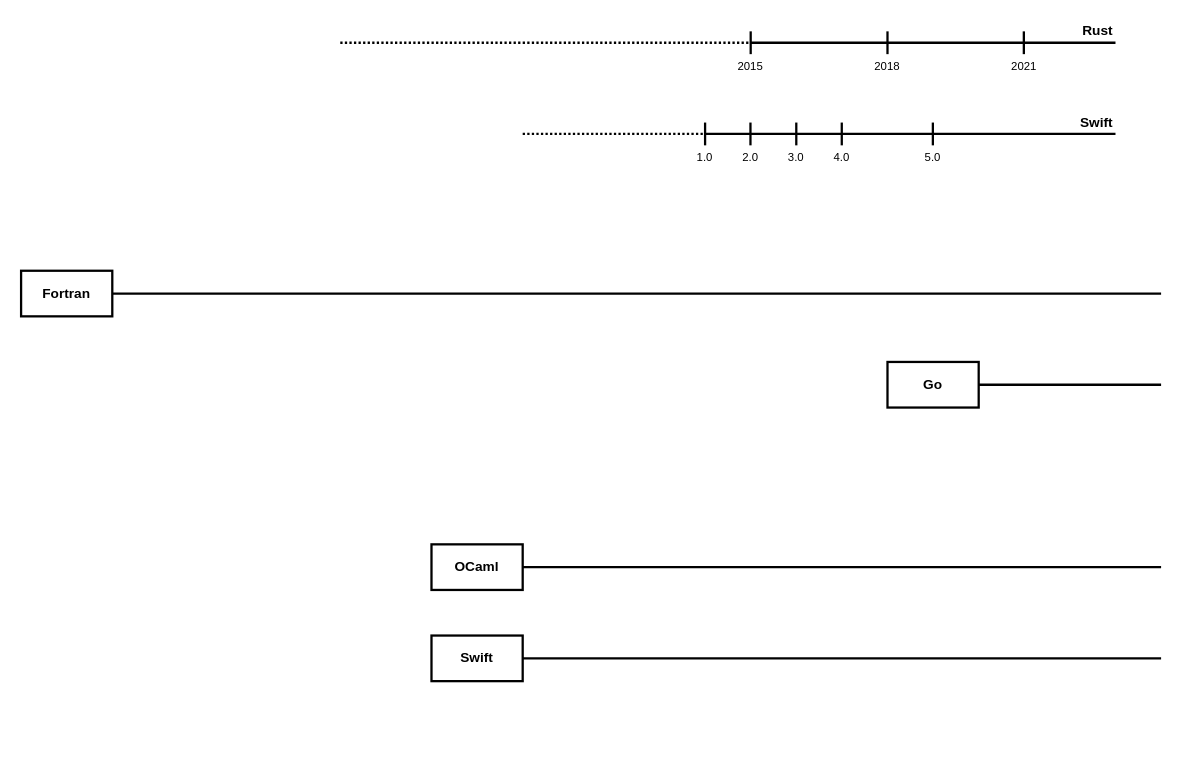
The draw.io diagram small-tree.drawio in lexitoria/pltree, before the edit. Source tidied: cells renumbered, new cells numbered last; positions are measured from the earlier drawing's top-left corner, leaving out a move shared by most shapes. Both pictures are drawn from the tidied source at 114%, with x=0, y=0 at pixel (21, 19).
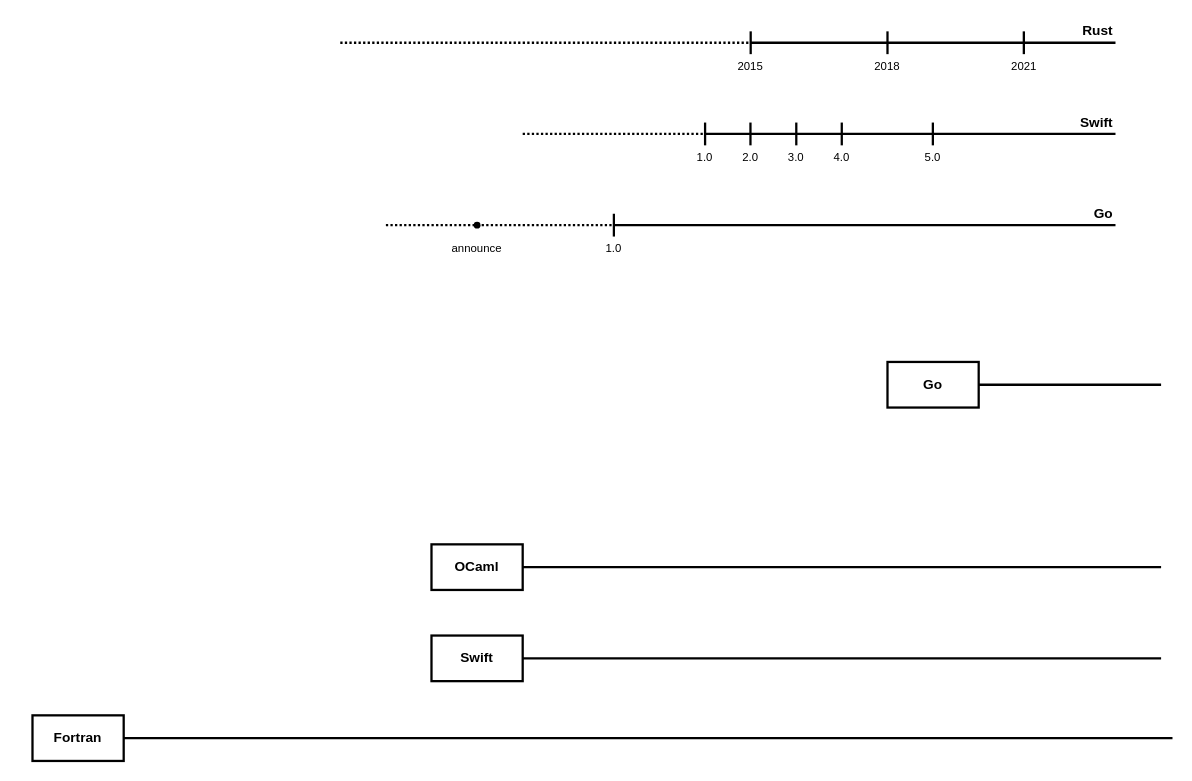
After the change.

Change to the diagram source:
```diff
@@
     <mxCell id="2" style="group;fontStyle=1;" parent="1" vertex="1">
-      <mxGeometry y="220" width="1000" height="40" as="geometry" />
+      <mxGeometry x="10" y="610" width="1000" height="40" as="geometry" />
     </mxCell>
@@
+    <mxCell id="33" style="endArrow=none;html=1;rounded=0;strokeWidth=2;" parent="1" edge="1">
+      <mxGeometry relative="1" as="geometry">
+        <mxPoint x="520" y="190" as="sourcePoint" />
+        <mxPoint x="520" y="170" as="targetPoint" />
+      </mxGeometry>
+    </mxCell>
+    <mxCell id="34" style="endArrow=none;html=1;rounded=0;strokeWidth=2;" parent="1" edge="1">
+      <mxGeometry relative="1" as="geometry">
+        <mxPoint x="520" y="180" as="sourcePoint" />
+        <mxPoint x="960" y="180" as="targetPoint" />
+      </mxGeometry>
+    </mxCell>
+    <mxCell id="35" value="Go" style="text;html=1;strokeColor=none;fillColor=none;align=right;verticalAlign=middle;whiteSpace=wrap;rounded=0;fontStyle=1;" parent="1" vertex="1">
+      <mxGeometry x="900" y="160" width="60" height="20" as="geometry" />
+    </mxCell>
+    <mxCell id="36" value="1.0" style="text;html=1;strokeColor=none;fillColor=none;align=center;verticalAlign=middle;whiteSpace=wrap;rounded=0;fontSize=10;" parent="1" vertex="1">
+      <mxGeometry x="500" y="190" width="40" height="20" as="geometry" />
+    </mxCell>
+    <mxCell id="37" style="endArrow=none;html=1;rounded=0;strokeWidth=2;dashed=1;dashPattern=1 1;" parent="1" edge="1" source="39">
+      <mxGeometry relative="1" as="geometry">
+        <mxPoint x="520" y="180" as="targetPoint" />
+      </mxGeometry>
+    </mxCell>
+    <mxCell id="38" style="endArrow=none;html=1;rounded=0;strokeWidth=2;dashed=1;dashPattern=1 1;" parent="1" edge="1" target="39">
+      <mxGeometry relative="1" as="geometry">
+        <mxPoint x="320" y="180" as="sourcePoint" />
+      </mxGeometry>
+    </mxCell>
+    <mxCell id="39" style="shape=waypoint;sketch=0;fillStyle=solid;size=6;points=[];fillColor=none;perimeter=centerPerimeter;snapToPoint=1;fontSize=12;strokeWidth=1;" parent="1" vertex="1">
+      <mxGeometry x="390" y="170" width="20" height="20" as="geometry" />
+    </mxCell>
+    <mxCell id="40" value="announce" style="text;html=1;strokeColor=none;fillColor=none;align=center;verticalAlign=middle;whiteSpace=wrap;rounded=0;fontSize=10;" parent="1" vertex="1">
+      <mxGeometry x="375" y="190" width="50" height="20" as="geometry" />
+    </mxCell>
```
